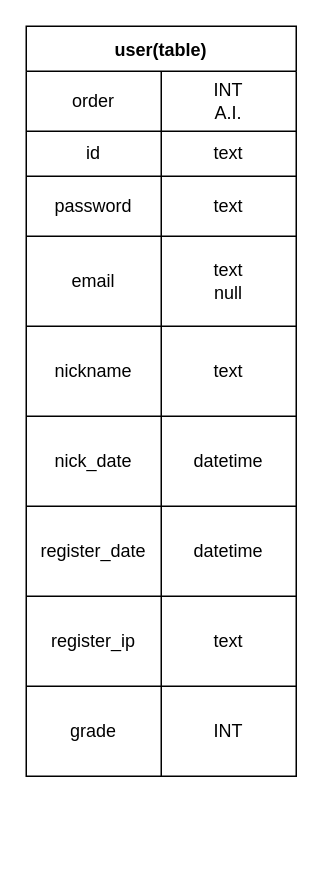
Earlier version of the draw.io diagram concept/user/user.drawio (sveltekit-board/module-user). Source tidied: cells renumbered, new cells numbered last; positions are measured from the earlier drawing's top-left corner, leaving out a move shared by most shapes. Both pictures are drawn from the tidied source at 150%, with x=0, y=0 at pixel (26, 26).
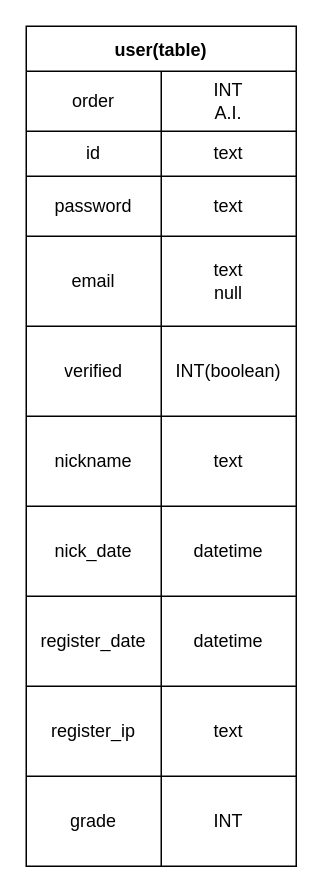
After the change.

Commit message (it also covers changes not shown here):
함수 컨셉 생성

Change to the diagram source:
```diff
@@
     <mxCell id="2" value="user(table)" style="shape=table;startSize=30;childLayout=tableLayout;fontStyle=1;align=center;" parent="1" vertex="1">
-      <mxGeometry width="180" height="500" as="geometry" />
+      <mxGeometry width="180" height="560" as="geometry" />
     </mxCell>
@@
+    <mxCell id="30" style="shape=tableRow;horizontal=0;startSize=0;swimlaneHead=0;swimlaneBody=0;top=0;left=0;bottom=0;right=0;fillColor=none;" parent="2" vertex="1">
+      <mxGeometry y="200" width="180" height="60" as="geometry" />
+    </mxCell>
+    <mxCell id="31" value="verified" style="shape=partialRectangle;html=1;whiteSpace=wrap;fillColor=none;top=0;left=0;bottom=0;right=0;overflow=hidden;" parent="30" vertex="1">
+      <mxGeometry width="90" height="60" as="geometry" />
+    </mxCell>
+    <mxCell id="32" value="INT(boolean)" style="shape=partialRectangle;html=1;whiteSpace=wrap;fillColor=none;top=0;left=0;bottom=0;right=0;overflow=hidden;" parent="30" vertex="1">
+      <mxGeometry x="90" width="90" height="60" as="geometry" />
+    </mxCell>
     <mxCell id="15" style="shape=tableRow;horizontal=0;startSize=0;swimlaneHead=0;swimlaneBody=0;top=0;left=0;bottom=0;right=0;fillColor=none;" parent="2" vertex="1">
-      <mxGeometry y="200" width="180" height="60" as="geometry" />
+      <mxGeometry y="260" width="180" height="60" as="geometry" />
     </mxCell>
@@
     <mxCell id="18" style="shape=tableRow;horizontal=0;startSize=0;swimlaneHead=0;swimlaneBody=0;top=0;left=0;bottom=0;right=0;fillColor=none;" parent="2" vertex="1">
-      <mxGeometry y="260" width="180" height="60" as="geometry" />
+      <mxGeometry y="320" width="180" height="60" as="geometry" />
     </mxCell>
@@
     <mxCell id="21" style="shape=tableRow;horizontal=0;startSize=0;swimlaneHead=0;swimlaneBody=0;top=0;left=0;bottom=0;right=0;fillColor=none;" parent="2" vertex="1">
-      <mxGeometry y="320" width="180" height="60" as="geometry" />
+      <mxGeometry y="380" width="180" height="60" as="geometry" />
     </mxCell>
@@
     <mxCell id="24" style="shape=tableRow;horizontal=0;startSize=0;swimlaneHead=0;swimlaneBody=0;top=0;left=0;bottom=0;right=0;fillColor=none;" parent="2" vertex="1">
-      <mxGeometry y="380" width="180" height="60" as="geometry" />
+      <mxGeometry y="440" width="180" height="60" as="geometry" />
     </mxCell>
@@
     <mxCell id="27" style="shape=tableRow;horizontal=0;startSize=0;swimlaneHead=0;swimlaneBody=0;top=0;left=0;bottom=0;right=0;fillColor=none;" parent="2" vertex="1">
-      <mxGeometry y="440" width="180" height="60" as="geometry" />
+      <mxGeometry y="500" width="180" height="60" as="geometry" />
     </mxCell>
```
